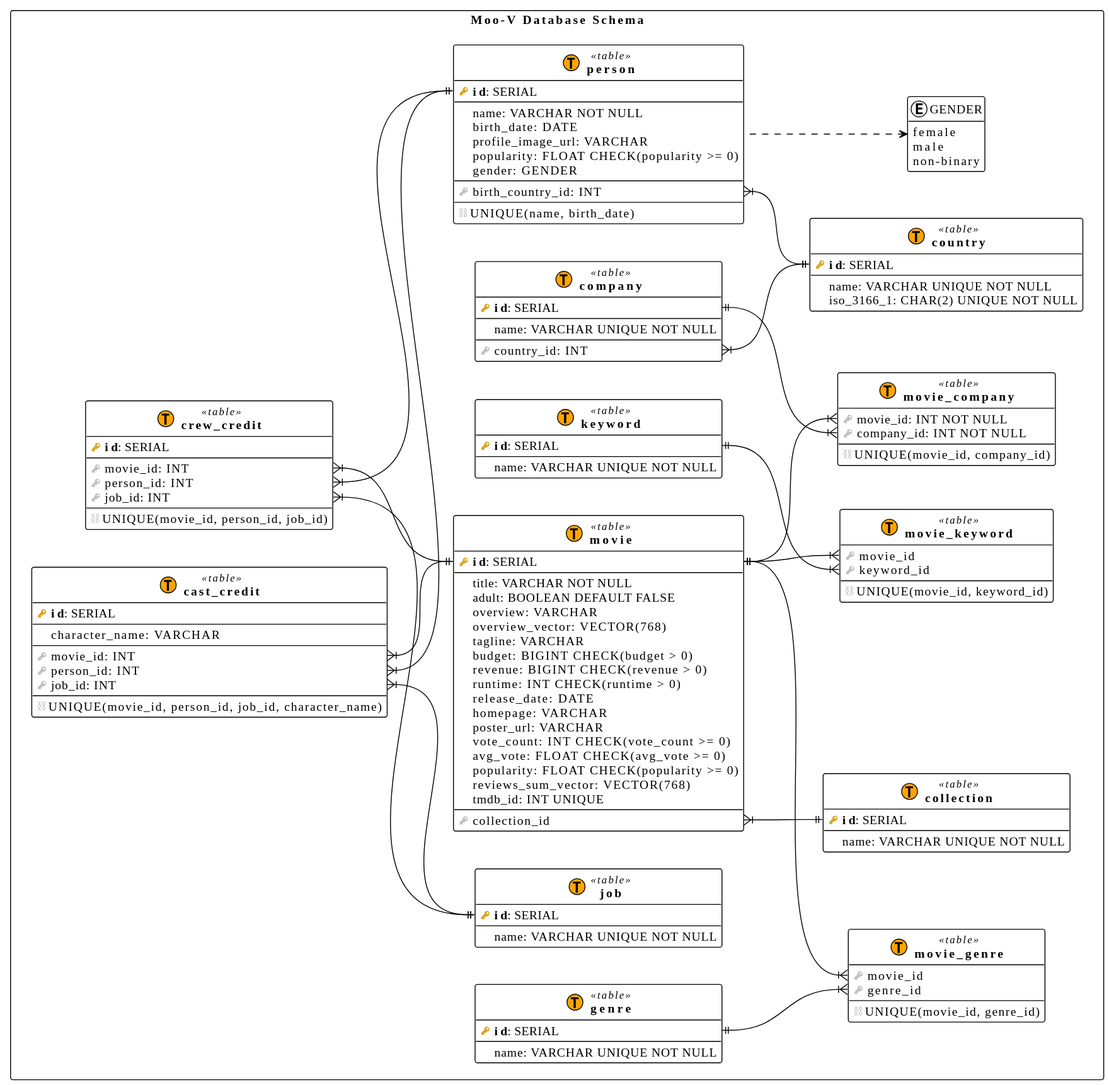
The PlantUML diagram migrations/schema/svg/V0.1.0__init.svg in Moo-V-project/database, before a commit.
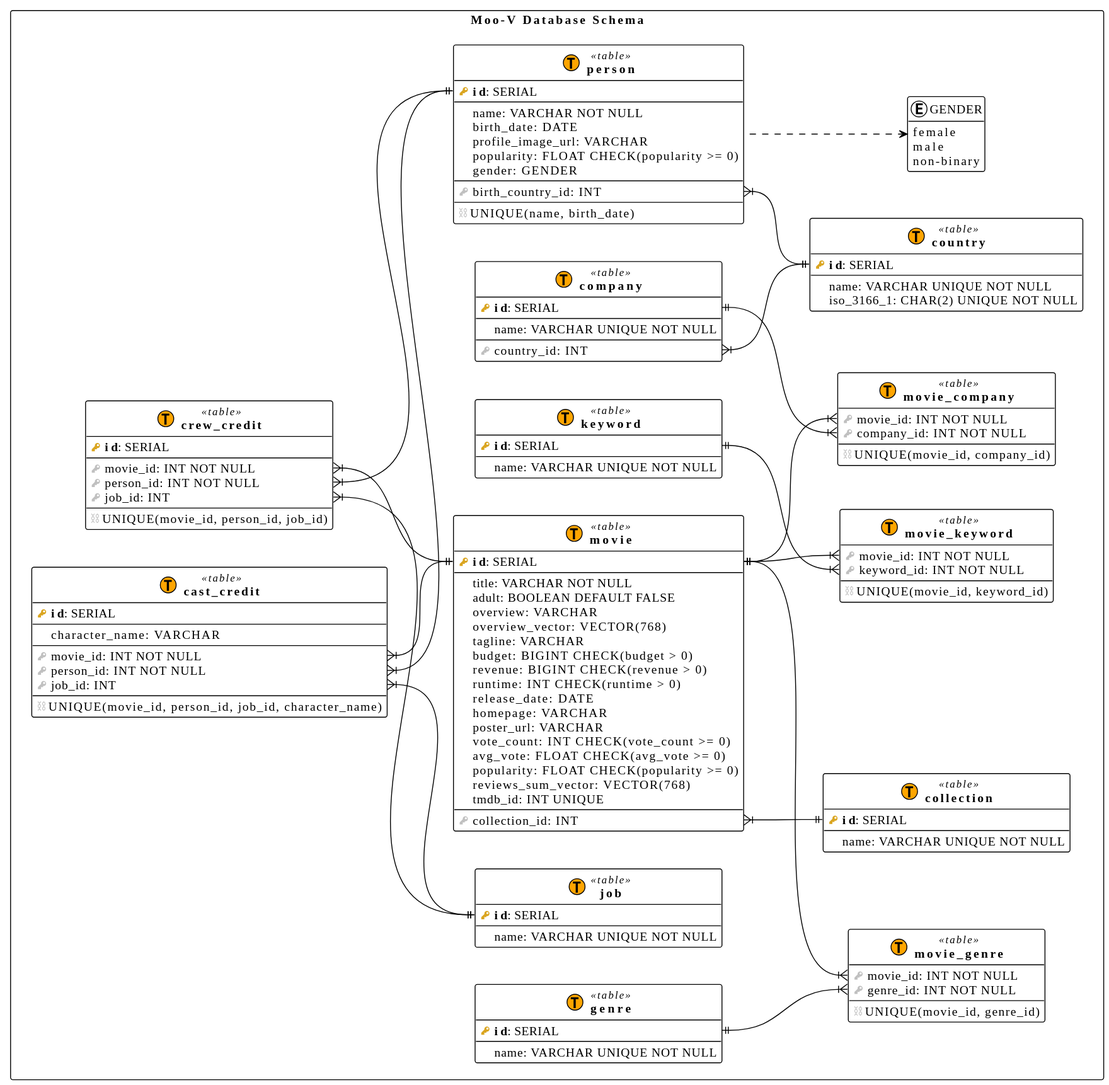
After the change.

Commit message:
db: schema: add missing types and NOT NULL constraints to foreign keys

What changed in the source:
```diff
@@ -64,7 +64,7 @@
 	$column(reviews_sum_vector): VECTOR(768)
 	$column(tmdb_id): INT UNIQUE				/' The Movie Database (TMDb) identifier '/
 	--
-	$fk(collection_id)
+	$fk(collection_id): INT
 }
 movie::collection_id }|--|| collection::id
 
@@ -76,8 +76,8 @@
 }
 
 $table(movie_genre, movie_genre) {
-	$fk(movie_id)
-	$fk(genre_id)
+	$fk(movie_id): INT NOT NULL
+	$fk(genre_id): INT NOT NULL
 	--
 	$constraint("UNIQUE(movie_id, genre_id)")	/' Unique constraint to avoid duplicates '/
 }
@@ -91,8 +91,8 @@
 }
 
 $table(movie_keyword, movie_keyword) {
-	$fk(movie_id)
-	$fk(keyword_id)
+	$fk(movie_id): INT NOT NULL
+	$fk(keyword_id): INT NOT NULL
 	--
 	$constraint("UNIQUE(movie_id, keyword_id)")	/' Unique constraint to avoid duplicates '/
 }
@@ -154,8 +154,8 @@
 	--
 	$column(character_name): VARCHAR	/' Name of the character played '/
 	--
-	$fk(movie_id): INT
-	$fk(person_id): INT
+	$fk(movie_id): INT NOT NULL
+	$fk(person_id): INT NOT NULL
 	$fk(job_id): INT
 	--
 	$constraint("UNIQUE(movie_id, person_id, job_id, character_name)")	/' Unique constraint to avoid duplicates '/
@@ -167,8 +167,8 @@
 $table(crew_credit, crew_credit) {
 	$pk(id): SERIAL
 	--
-	$fk(movie_id): INT
-	$fk(person_id): INT
+	$fk(movie_id): INT NOT NULL
+	$fk(person_id): INT NOT NULL
 	$fk(job_id): INT
 	--
 	$constraint("UNIQUE(movie_id, person_id, job_id)")	/' Unique constraint to avoid duplicates '/
```
